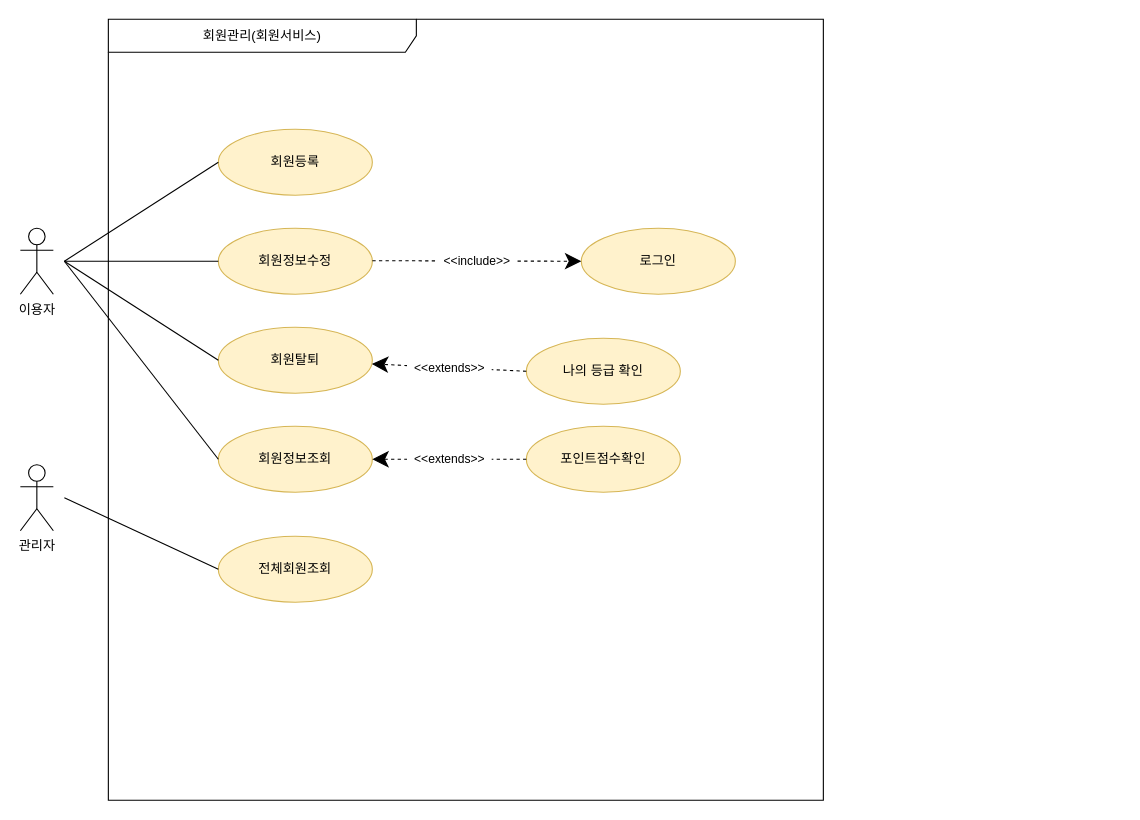
This is 제목 없는 다이어그램.drawio from DojinP/multi_it_test2, a draw.io file, before an edit. Source tidied: cells renumbered, new cells numbered last; positions are measured from the earlier drawing's top-left corner, leaving out a move shared by most shapes. Both pictures are drawn from the tidied source at 110%, with x=0, y=0 at pixel (20, 19).
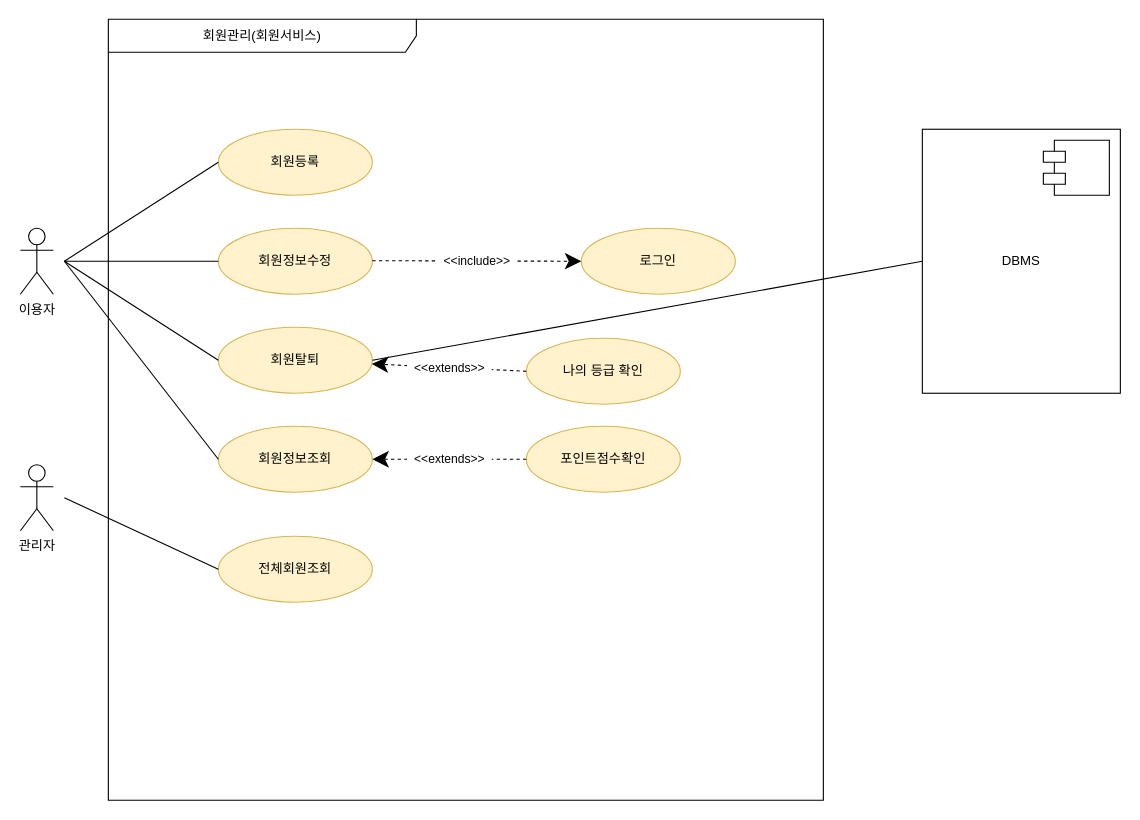
The same diagram, later.

The change refers to these unchanged cells:
```xml
<mxCell id="6" value="회원탈퇴" style="ellipse;whiteSpace=wrap;html=1;fillColor=#fff2cc;strokeColor=#d6b656;" parent="1" vertex="1">
  <mxGeometry x="180" y="280" width="140" height="60" as="geometry" />
</mxCell>
```

Change to the diagram source:
```diff
@@
+    <mxCell id="21" style="rounded=0;jettySize=auto;html=1;exitX=0;exitY=0.5;exitDx=0;exitDy=0;entryX=1;entryY=0.5;entryDx=0;entryDy=0;endArrow=none;endFill=0;" parent="1" edge="1" source="22" target="6">
+      <mxGeometry relative="1" as="geometry" />
+    </mxCell>
+    <mxCell id="22" value="DBMS" style="html=1;whiteSpace=wrap;" parent="1" vertex="1">
+      <mxGeometry x="820" y="100" width="180" height="240" as="geometry" />
+    </mxCell>
+    <mxCell id="23" style="shape=module;align=left;spacingLeft=20;align=center;verticalAlign=top;whiteSpace=wrap;html=1;" parent="1" vertex="1">
+      <mxGeometry x="930" y="110" width="60" height="50" as="geometry" />
+    </mxCell>
```
